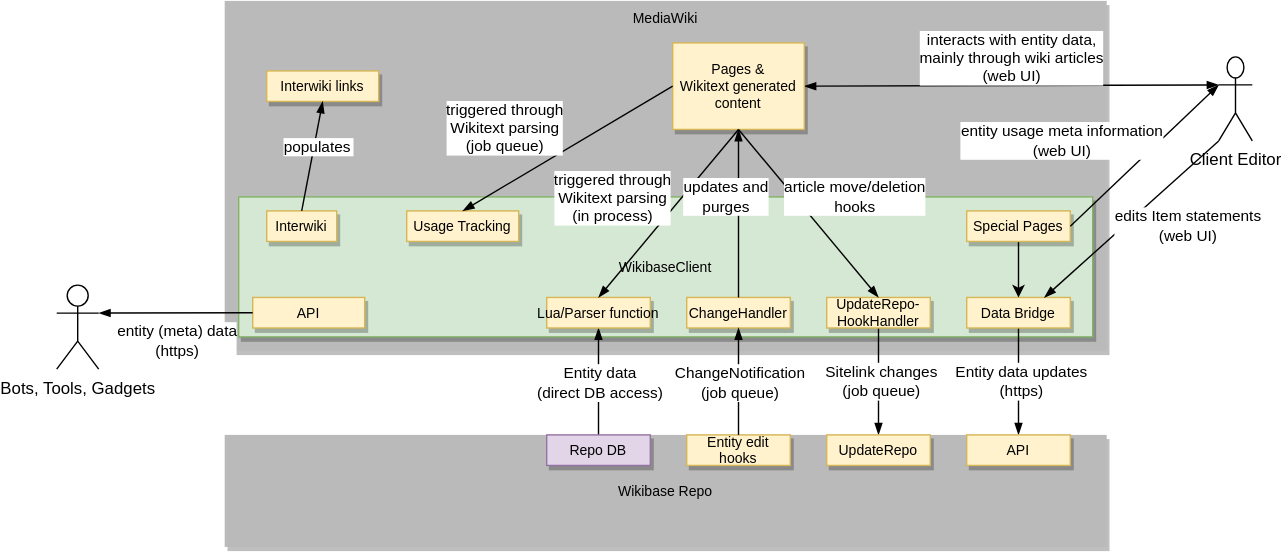
Above: systems/WikibaseClient/diagrams/03-technical-context.drawio.svg in wmde/wikidata-wikibase-architecture (draw.io), before the change. Source tidied: cells renumbered, new cells last; positions are measured from the earlier drawing's top-left corner, leaving out a move shared by most shapes.
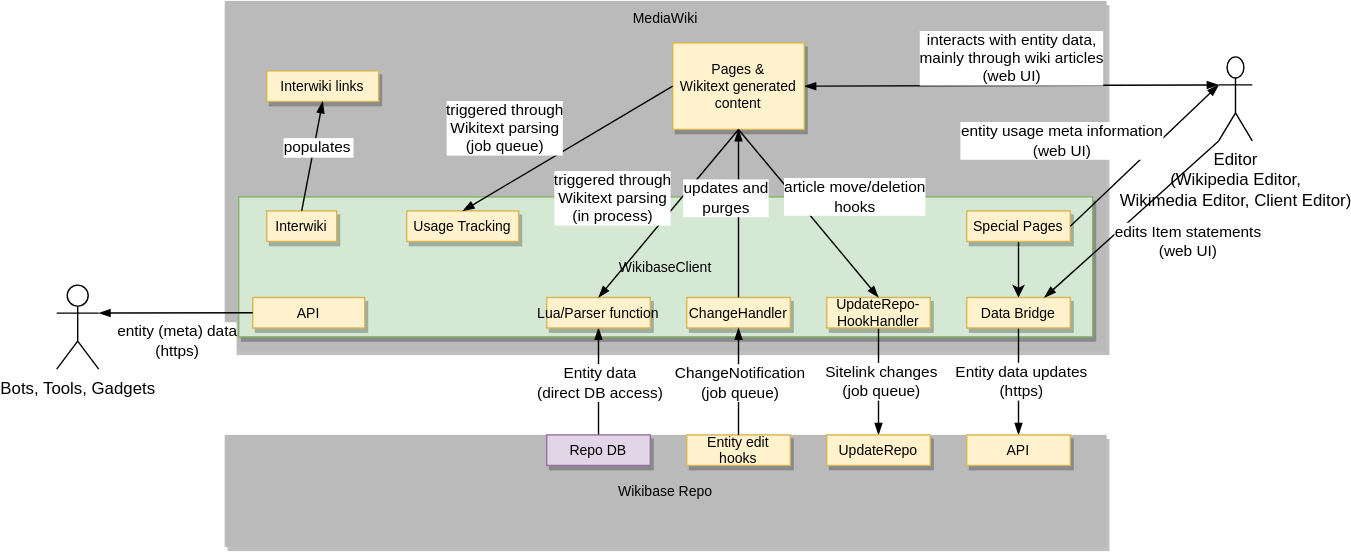
The same diagram one commit later.

Diff of the diagram source:
```diff
@@ -102,7 +102,7 @@
         <mxPoint x="21.9" y="-24.1" as="offset" />
       </mxGeometry>
     </mxCell>
-    <mxCell id="30" value="Client Editor" style="shape=umlActor;verticalLabelPosition=bottom;verticalAlign=top;html=1;outlineConnect=0;" parent="1" vertex="1">
+    <mxCell id="30" value="Editor&lt;br&gt;(Wikipedia Editor,&lt;br&gt;Wikimedia Editor, Client Editor)" style="shape=umlActor;verticalLabelPosition=bottom;verticalAlign=top;html=1;outlineConnect=0;" parent="1" vertex="1">
       <mxGeometry x="830" y="40" width="24" height="60" as="geometry" />
     </mxCell>
     <mxCell id="31" style="endArrow=blockThin;strokeColor=#000000;fontSize=10;fontColor=#000000;strokeWidth=1;endFill=1;entryX=0.25;entryY=1;entryDx=0;entryDy=0;exitX=0;exitY=1;exitDx=0;exitDy=0;exitPerimeter=0;" parent="1" edge="1" source="30" target="13">
@@ -110,7 +110,7 @@
     </mxCell>
     <mxCell id="32" value="edits Item statements&lt;br&gt;(web UI)" style="edgeLabel;html=1;align=center;verticalAlign=middle;" parent="31" vertex="1">
       <mxGeometry x="0.24" y="-1" relative="1" as="geometry">
-        <mxPoint x="55.3" y="-7.9" as="offset" />
+        <mxPoint x="55.3" y="3.1" as="offset" />
       </mxGeometry>
     </mxCell>
     <mxCell id="33" style="edgeStyle=orthogonalEdgeStyle;rounded=0;jettySize=auto;html=1;" parent="1" edge="1" source="34" target="13">
```
